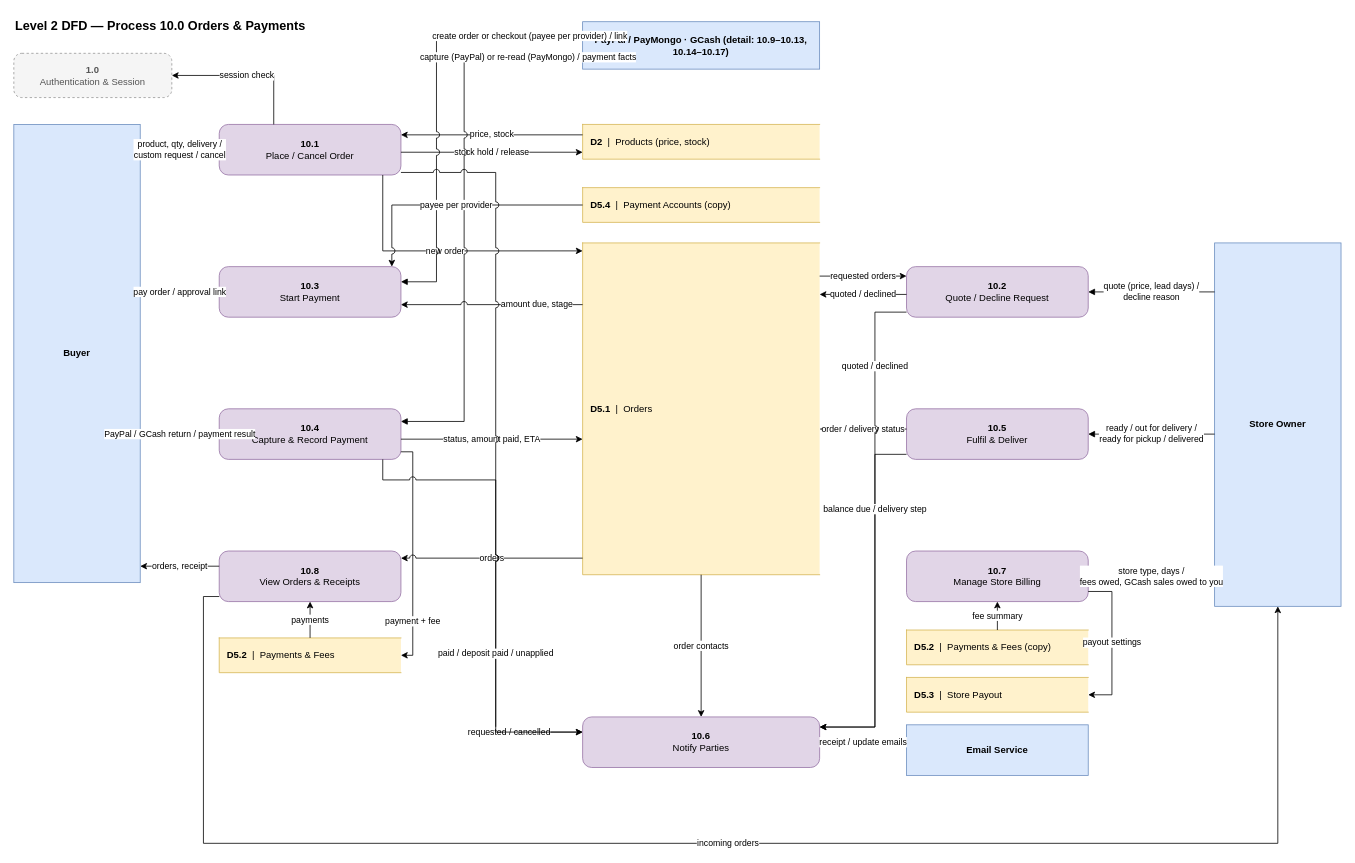
This is page "Level 2 — 10.0 Orders & Payments" (7 of 15) of docs/FURNISHAR-DFD-V2.drawio from Kenji0000X/FurnishAR.v1, a draw.io file, before an edit. Source tidied: cells renumbered, new cells numbered last; positions are measured from the earlier drawing's top-left corner, leaving out a move shared by most shapes. Both pictures are drawn from the tidied source at 79%, with x=0, y=0 at pixel (13, 13).
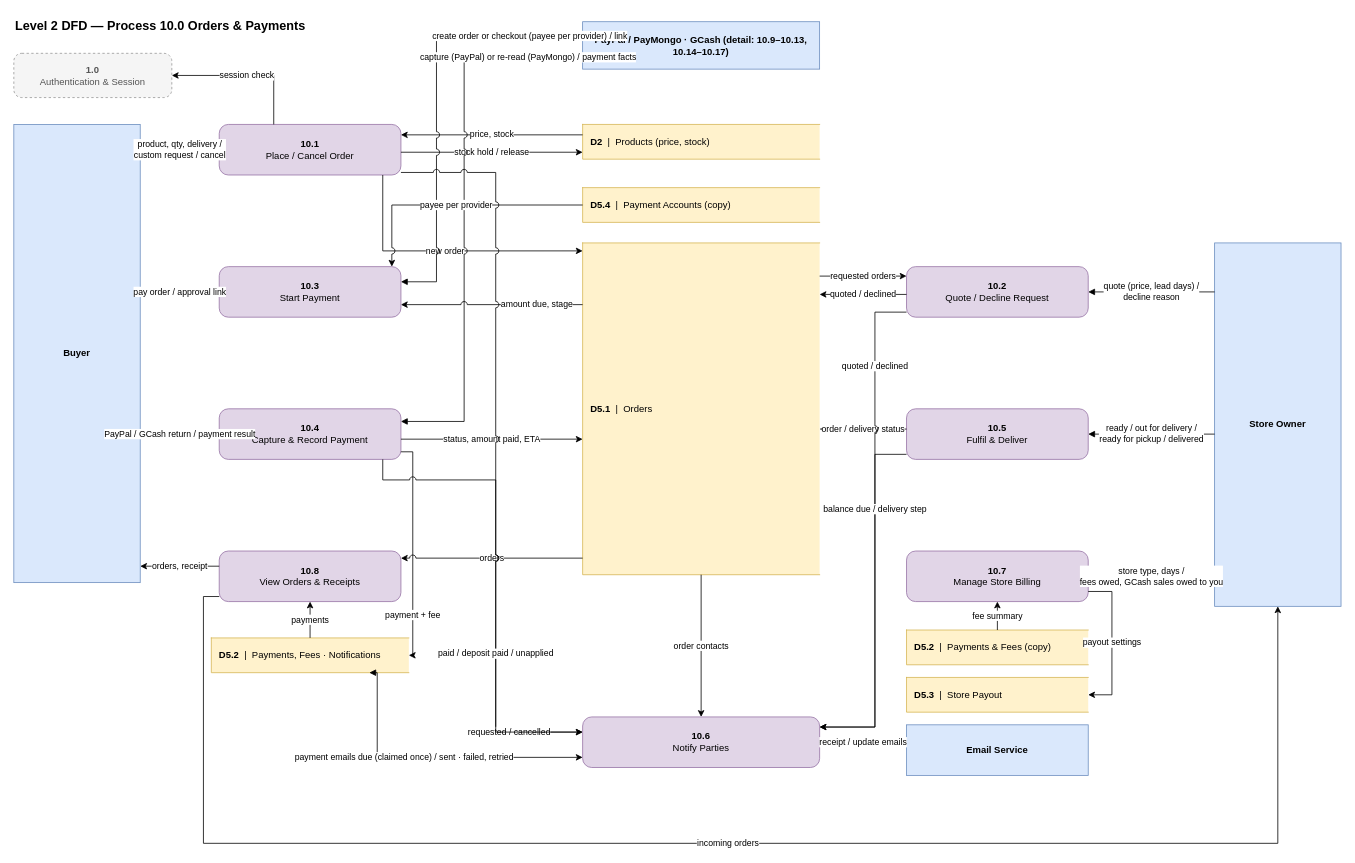
The same diagram, later.

The change refers to these unchanged cells:
```xml
<mxCell id="15" value="&lt;b&gt;10.6&lt;/b&gt;&lt;br&gt;Notify Parties" style="rounded=1;whiteSpace=wrap;html=1;fillColor=#e1d5e7;strokeColor=#9673a6;arcSize=18;" parent="1" vertex="1">
  <mxGeometry x="720" y="890" width="300" height="64" as="geometry" />
</mxCell>
```

What changed in the source:
```diff
@@
-    <mxCell id="19" value="&lt;b&gt;D5.2&lt;/b&gt;&amp;nbsp;&amp;nbsp;|&amp;nbsp;&amp;nbsp;Payments &amp;amp; Fees" style="shape=partialRectangle;whiteSpace=wrap;html=1;right=0;fillColor=#fff2cc;strokeColor=#d6b656;align=left;spacingLeft=8;" parent="1" vertex="1">
-      <mxGeometry x="260" y="790" width="230" height="44" as="geometry" />
+    <mxCell id="19" value="&lt;b&gt;D5.2&lt;/b&gt;&amp;nbsp;&amp;nbsp;|&amp;nbsp;&amp;nbsp;Payments, Fees · Notifications" style="shape=partialRectangle;whiteSpace=wrap;html=1;right=0;fillColor=#fff2cc;strokeColor=#d6b656;align=left;spacingLeft=8;" parent="1" vertex="1">
+      <mxGeometry x="250" y="790" width="250" height="44" as="geometry" />
     </mxCell>
@@
+    <mxCell id="53" value="payment emails due (claimed once) / sent · failed, retried" style="edgeStyle=orthogonalEdgeStyle;rounded=0;jettySize=auto;html=1;fontSize=11;labelBackgroundColor=#ffffff;jumpStyle=arc;jumpSize=8;startArrow=block;startFill=1;exitX=0.8;exitY=1;exitDx=0;exitDy=0;entryX=0;entryY=0.8;entryDx=0;entryDy=0;" parent="1" edge="1" source="19" target="15">
+      <mxGeometry x="-0.2" relative="1" as="geometry">
+        <Array as="points">
+          <mxPoint x="460" y="941.2" />
+        </Array>
+      </mxGeometry>
+    </mxCell>
```
